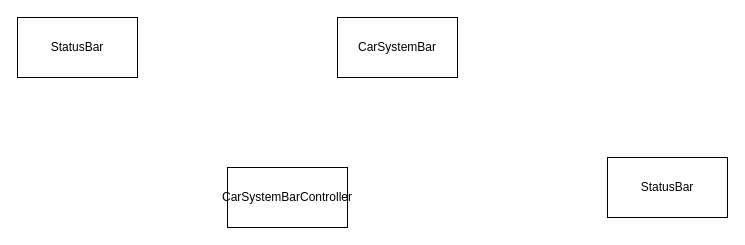
Above: Untitled Diagram.drawio in jebai0521/draw.io.docs (draw.io), before the change. Source tidied: cells renumbered, new cells numbered last; positions are measured from the earlier drawing's top-left corner, leaving out a move shared by most shapes. Both pictures are drawn from the tidied source at 100%, with x=0, y=0 at pixel (17, 17).
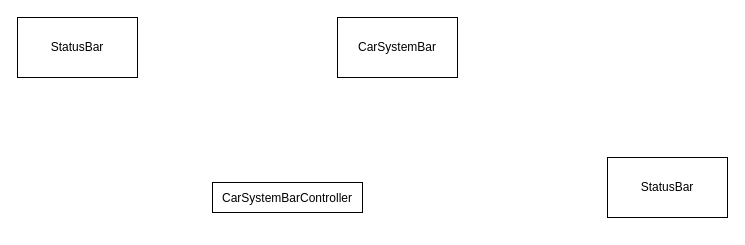
The same page after the edit.

What changed in the source:
```diff
@@
 <mxGraphModel>
   <root>
     <mxCell id="0" />
     <mxCell id="1" parent="0" />
     <mxCell id="2" value="StatusBar" style="rounded=0;whiteSpace=wrap;html=1;" parent="1" vertex="1">
       <mxGeometry width="120" height="60" as="geometry" />
     </mxCell>
     <mxCell id="3" value="CarSystemBar" style="rounded=0;whiteSpace=wrap;html=1;" parent="1" vertex="1">
       <mxGeometry x="320" width="120" height="60" as="geometry" />
     </mxCell>
     <mxCell id="4" value="StatusBar" style="rounded=0;whiteSpace=wrap;html=1;" parent="1" vertex="1">
       <mxGeometry x="590" y="140" width="120" height="60" as="geometry" />
     </mxCell>
-    <mxCell id="5" value="CarSystemBarController" style="rounded=0;html=1;whiteSpace=wrap;labelBorderColor=none;labelBackgroundColor=none;verticalAlign=middle;" parent="1" vertex="1">
-      <mxGeometry x="210" y="150" width="120" height="60" as="geometry" />
+    <mxCell id="5" value="CarSystemBarController" style="rounded=0;labelBorderColor=none;labelBackgroundColor=none;verticalAlign=middle;" parent="1" vertex="1">
+      <mxGeometry x="195" y="165" width="150" height="30" as="geometry" />
     </mxCell>
   </root>
 </mxGraphModel>
```
